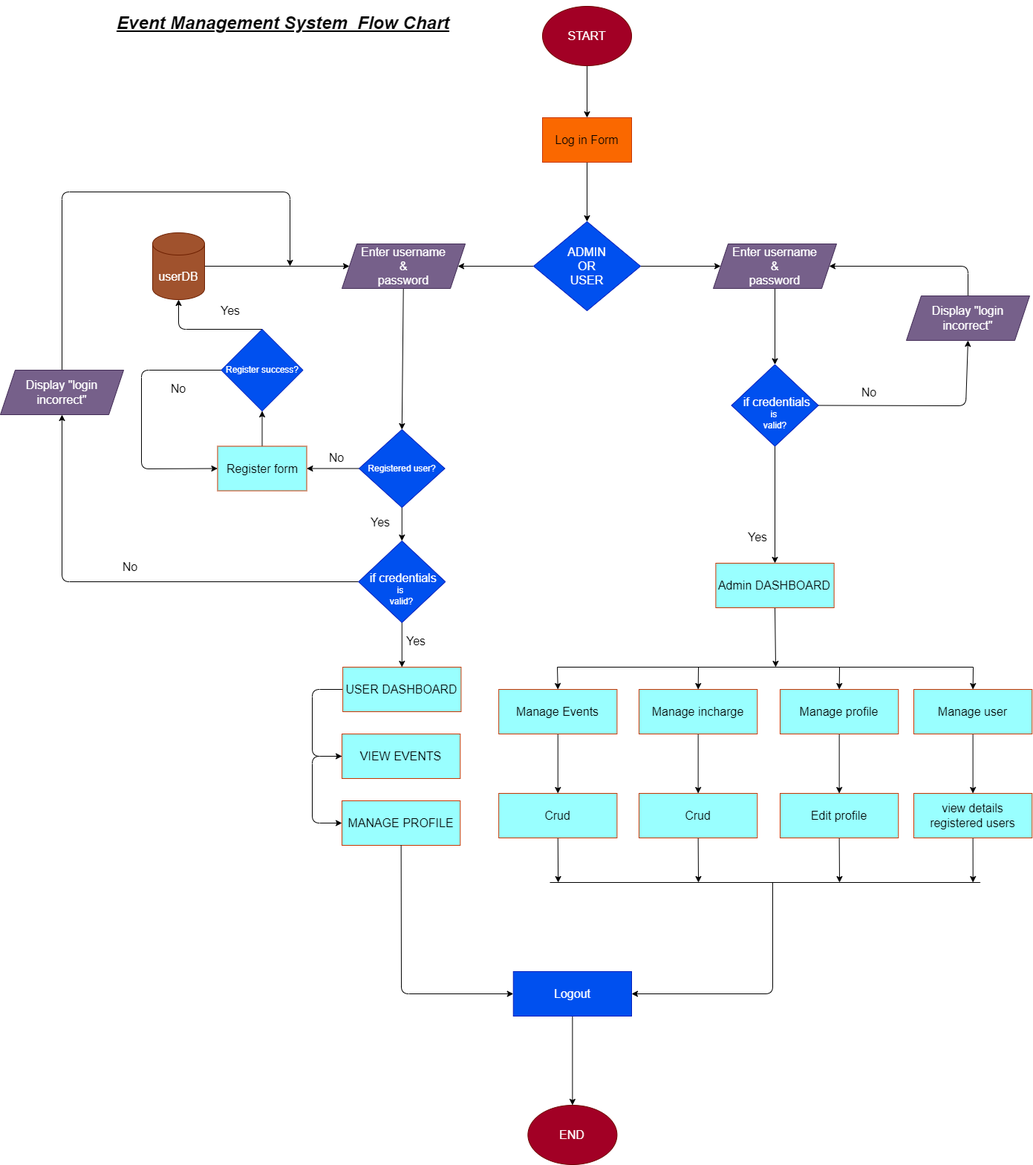
Before: evms.png, a diagram exported from draw.io (Markeyoo05/flowchart). Source tidied: cells renumbered, new cells last; positions are measured from the earlier drawing's top-left corner, leaving out a move shared by most shapes.
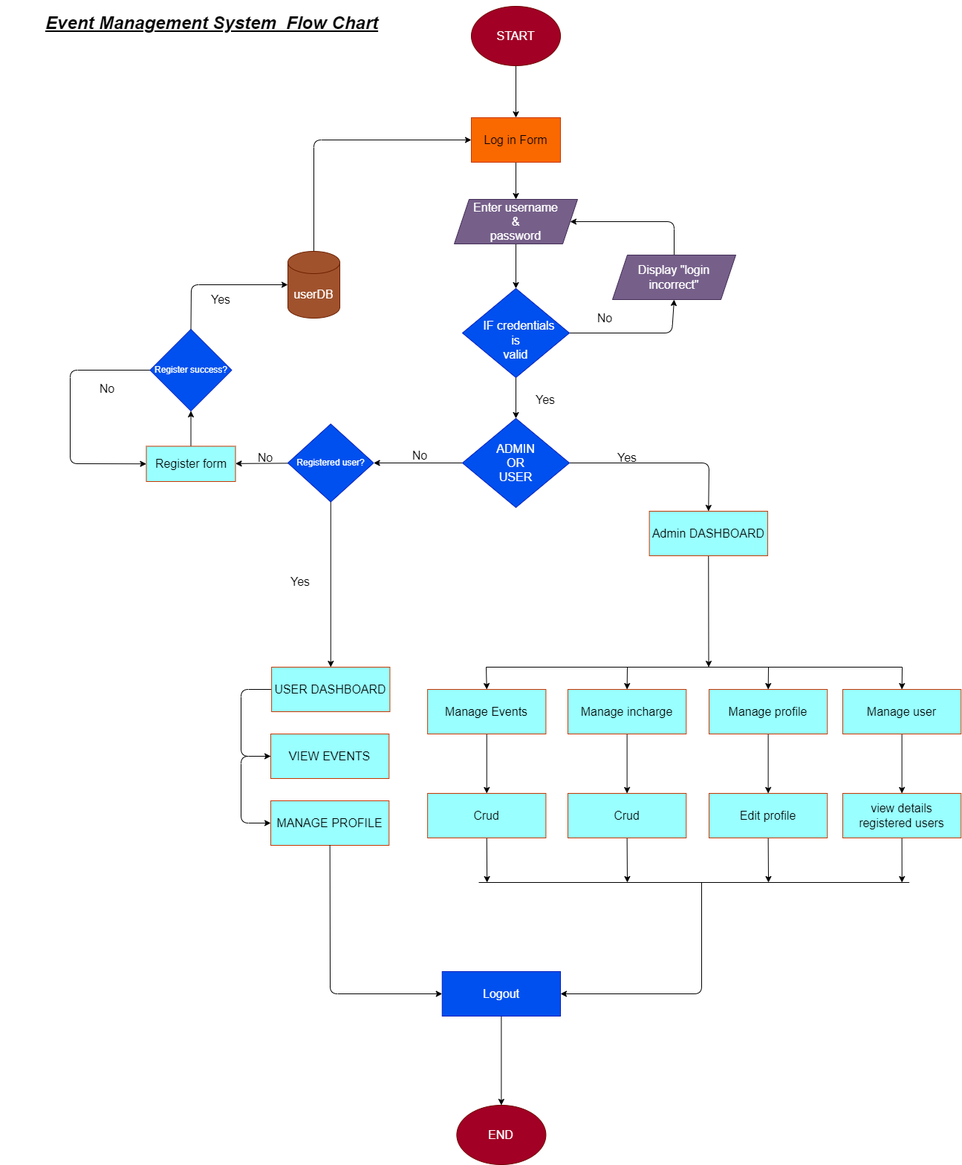
After the commit.

Change to the diagram source:
```diff
@@ -8,7 +8,7 @@
     <mxCell id="3" value="&lt;font style=&quot;font-size: 16px;&quot;&gt;START&lt;/font&gt;" style="ellipse;whiteSpace=wrap;html=1;fillColor=#a20025;fontColor=#ffffff;strokeColor=#6F0000;" parent="1" vertex="1">
       <mxGeometry x="730" width="120" height="80" as="geometry" />
     </mxCell>
-    <mxCell id="4" style="edgeStyle=none;html=1;" parent="1" edge="1" source="5" target="9">
+    <mxCell id="4" style="edgeStyle=none;html=1;entryX=0.5;entryY=0;entryDx=0;entryDy=0;" parent="1" edge="1" source="5" target="11">
       <mxGeometry relative="1" as="geometry" />
     </mxCell>
     <mxCell id="5" value="&lt;font style=&quot;font-size: 16px;&quot;&gt;Log in Form&lt;/font&gt;" style="whiteSpace=wrap;html=1;fillColor=#fa6800;strokeColor=#C73500;fontColor=#000000;" parent="1" vertex="1">
@@ -17,83 +17,49 @@
     <mxCell id="6" value="&lt;h1&gt;&lt;b&gt;&lt;i&gt;&lt;u&gt;Event Management System&amp;nbsp; Flow Chart&lt;/u&gt;&lt;/i&gt;&lt;/b&gt;&lt;/h1&gt;&lt;h1&gt;&lt;br&gt;&lt;/h1&gt;" style="text;html=1;strokeColor=none;fillColor=none;align=center;verticalAlign=middle;whiteSpace=wrap;rounded=0;" parent="1" vertex="1">
       <mxGeometry x="96" y="30" width="570" height="30" as="geometry" />
     </mxCell>
-    <mxCell id="7" style="edgeStyle=none;html=1;" parent="1" edge="1" source="9" target="11">
-      <mxGeometry relative="1" as="geometry" />
+    <mxCell id="7" style="edgeStyle=none;html=1;entryX=0.5;entryY=1;entryDx=0;entryDy=0;" parent="1" edge="1" source="9" target="84">
+      <mxGeometry relative="1" as="geometry">
+        <Array as="points">
+          <mxPoint x="1000" y="440" />
+        </Array>
+      </mxGeometry>
     </mxCell>
-    <mxCell id="8" style="edgeStyle=none;html=1;exitX=0;exitY=0.5;exitDx=0;exitDy=0;entryX=1;entryY=0.5;entryDx=0;entryDy=0;fontSize=16;" parent="1" edge="1" source="9" target="20">
-      <mxGeometry relative="1" as="geometry" />
-    </mxCell>
+    <mxCell id="76" style="edgeStyle=none;html=1;exitX=0.5;exitY=1;exitDx=0;exitDy=0;entryX=0.5;entryY=0;entryDx=0;entryDy=0;" parent="1" edge="1" source="9" target="82">
+      <mxGeometry relative="1" as="geometry" />
+    </mxCell>
-    <mxCell id="9" value="&lt;span style=&quot;font-size: 16px;&quot;&gt;ADMIN&lt;br&gt;&amp;nbsp;OR&amp;nbsp;&lt;br&gt;USER&lt;br&gt;&lt;/span&gt;" style="rhombus;whiteSpace=wrap;html=1;fillColor=#0050ef;strokeColor=#001DBC;fontColor=#ffffff;" parent="1" vertex="1">
-      <mxGeometry x="718" y="290" width="144" height="120" as="geometry" />
+    <mxCell id="9" value="&lt;span style=&quot;font-size: 16px;&quot;&gt;&amp;nbsp;&lt;br&gt;&amp;nbsp; IF credentials&lt;br&gt;is&lt;br&gt;valid&lt;br&gt;&lt;/span&gt;" style="rhombus;whiteSpace=wrap;html=1;fillColor=#0050ef;strokeColor=#001DBC;fontColor=#ffffff;" parent="1" vertex="1">
+      <mxGeometry x="718" y="380" width="144" height="120" as="geometry" />
     </mxCell>
-    <mxCell id="10" style="edgeStyle=none;html=1;entryX=0.5;entryY=0;entryDx=0;entryDy=0;" parent="1" edge="1" source="11" target="14">
-      <mxGeometry relative="1" as="geometry" />
-    </mxCell>
-    <mxCell id="11" value="&lt;font style=&quot;font-size: 16px;&quot;&gt;Enter username&lt;br&gt;&amp;amp;&lt;br&gt;password&lt;br&gt;&lt;/font&gt;" style="shape=parallelogram;perimeter=parallelogramPerimeter;whiteSpace=wrap;html=1;fixedSize=1;fillColor=#76608a;strokeColor=#432D57;fontColor=#ffffff;" parent="1" vertex="1">
-      <mxGeometry x="960" y="320" width="166" height="60" as="geometry" />
-    </mxCell>
-    <mxCell id="12" style="edgeStyle=none;html=1;exitX=1;exitY=0.5;exitDx=0;exitDy=0;entryX=0.5;entryY=1;entryDx=0;entryDy=0;" parent="1" edge="1" source="14" target="16">
-      <mxGeometry relative="1" as="geometry">
-        <Array as="points">
-          <mxPoint x="1300" y="538" />
-        </Array>
-      </mxGeometry>
-    </mxCell>
-    <mxCell id="13" style="edgeStyle=none;html=1;entryX=0.5;entryY=0;entryDx=0;entryDy=0;" parent="1" edge="1" source="14" target="45">
-      <mxGeometry relative="1" as="geometry" />
-    </mxCell>
-    <mxCell id="14" value="&lt;span style=&quot;font-size: 16px;&quot;&gt;&lt;br&gt;&amp;nbsp; if credentials&amp;nbsp;&lt;br&gt;&lt;/span&gt;is&amp;nbsp;&lt;br&gt;valid?" style="rhombus;whiteSpace=wrap;html=1;fillColor=#0050ef;strokeColor=#001DBC;fontColor=#ffffff;" parent="1" vertex="1">
-      <mxGeometry x="984.5" y="482.5" width="117" height="110" as="geometry" />
-    </mxCell>
-    <mxCell id="15" style="edgeStyle=none;html=1;exitX=0.5;exitY=0;exitDx=0;exitDy=0;entryX=1;entryY=0.5;entryDx=0;entryDy=0;" parent="1" edge="1" source="16" target="11">
-      <mxGeometry relative="1" as="geometry">
-        <Array as="points">
-          <mxPoint x="1303" y="350" />
-        </Array>
-      </mxGeometry>
-    </mxCell>
-    <mxCell id="16" value="&lt;font style=&quot;font-size: 16px;&quot;&gt;Display &quot;login incorrect&quot;&lt;/font&gt;" style="shape=parallelogram;perimeter=parallelogramPerimeter;whiteSpace=wrap;html=1;fixedSize=1;fillColor=#76608a;strokeColor=#432D57;fontColor=#ffffff;" parent="1" vertex="1">
-      <mxGeometry x="1220" y="390" width="166" height="60" as="geometry" />
-    </mxCell>
-    <mxCell id="17" value="&lt;font style=&quot;font-size: 16px;&quot;&gt;No&lt;/font&gt;" style="text;html=1;strokeColor=none;fillColor=none;align=center;verticalAlign=middle;whiteSpace=wrap;rounded=0;" parent="1" vertex="1">
-      <mxGeometry x="1140" y="505" width="60" height="30" as="geometry" />
-    </mxCell>
     <mxCell id="18" value="&lt;font style=&quot;font-size: 16px;&quot;&gt;Yes&lt;/font&gt;" style="text;html=1;strokeColor=none;fillColor=none;align=center;verticalAlign=middle;whiteSpace=wrap;rounded=0;" parent="1" vertex="1">
-      <mxGeometry x="990" y="700" width="60" height="30" as="geometry" />
+      <mxGeometry x="909.6" y="592.5" width="60" height="30" as="geometry" />
     </mxCell>
-    <mxCell id="19" style="edgeStyle=none;html=1;fontSize=16;entryX=0.5;entryY=0;entryDx=0;entryDy=0;" parent="1" edge="1" source="20" target="23">
-      <mxGeometry relative="1" as="geometry" />
-    </mxCell>
-    <mxCell id="20" value="&lt;span style=&quot;font-size: 16px;&quot;&gt;Enter username&lt;/span&gt;&lt;br style=&quot;font-size: 16px;&quot;&gt;&lt;span style=&quot;font-size: 16px;&quot;&gt;&amp;amp;&lt;/span&gt;&lt;br style=&quot;font-size: 16px;&quot;&gt;&lt;span style=&quot;font-size: 16px;&quot;&gt;password&lt;/span&gt;" style="shape=parallelogram;perimeter=parallelogramPerimeter;whiteSpace=wrap;html=1;fixedSize=1;fillColor=#76608a;strokeColor=#432D57;fontColor=#ffffff;" parent="1" vertex="1">
-      <mxGeometry x="460" y="320" width="166" height="60" as="geometry" />
-    </mxCell>
     <mxCell id="21" style="edgeStyle=none;html=1;fontSize=16;" parent="1" edge="1" source="23" target="25">
       <mxGeometry relative="1" as="geometry" />
     </mxCell>
-    <mxCell id="22" style="edgeStyle=none;html=1;exitX=0.5;exitY=1;exitDx=0;exitDy=0;entryX=0.5;entryY=0;entryDx=0;entryDy=0;fontSize=16;" parent="1" edge="1" source="23" target="36">
+    <mxCell id="22" style="edgeStyle=none;html=1;exitX=0.5;exitY=1;exitDx=0;exitDy=0;entryX=0.5;entryY=0;entryDx=0;entryDy=0;fontSize=16;" parent="1" edge="1" source="23" target="43">
       <mxGeometry relative="1" as="geometry" />
     </mxCell>
     <mxCell id="23" value="Registered user?" style="rhombus;whiteSpace=wrap;html=1;fillColor=#0050ef;strokeColor=#001DBC;fontColor=#ffffff;" parent="1" vertex="1">
-      <mxGeometry x="483" y="570" width="115.5" height="105" as="geometry" />
+      <mxGeometry x="483" y="562.5" width="115.5" height="105" as="geometry" />
     </mxCell>
     <mxCell id="24" style="edgeStyle=none;html=1;fontSize=16;" parent="1" edge="1" source="25" target="28">
       <mxGeometry relative="1" as="geometry" />
     </mxCell>
     <mxCell id="25" value="&lt;font style=&quot;font-size: 16px;&quot;&gt;Register form&lt;/font&gt;" style="whiteSpace=wrap;html=1;fillColor=#99FFFF;strokeColor=#C73500;fontColor=#000000;" parent="1" vertex="1">
-      <mxGeometry x="292.5" y="592.5" width="120" height="60" as="geometry" />
+      <mxGeometry x="292.5" y="592.5" width="120" height="47.5" as="geometry" />
     </mxCell>
     <mxCell id="26" style="edgeStyle=none;html=1;exitX=0;exitY=0.5;exitDx=0;exitDy=0;entryX=0;entryY=0.5;entryDx=0;entryDy=0;fontSize=16;" parent="1" edge="1" source="28" target="25">
       <mxGeometry relative="1" as="geometry">
         <Array as="points">
           <mxPoint x="190" y="490" />
-          <mxPoint x="190" y="623" />
+          <mxPoint x="190" y="616" />
         </Array>
       </mxGeometry>
     </mxCell>
-    <mxCell id="27" style="edgeStyle=none;html=1;exitX=0.5;exitY=0;exitDx=0;exitDy=0;entryX=0.5;entryY=1;entryDx=0;entryDy=0;entryPerimeter=0;fontSize=16;" parent="1" edge="1" source="28" target="31">
+    <mxCell id="27" style="edgeStyle=none;html=1;exitX=0.5;exitY=0;exitDx=0;exitDy=0;entryX=0;entryY=0.5;entryDx=0;entryDy=0;entryPerimeter=0;" parent="1" edge="1" source="28" target="31">
       <mxGeometry relative="1" as="geometry">
         <Array as="points">
-          <mxPoint x="240" y="435" />
+          <mxPoint x="353" y="375" />
         </Array>
       </mxGeometry>
     </mxCell>
@@ -103,52 +69,25 @@
     <mxCell id="29" value="&lt;font style=&quot;font-size: 16px;&quot;&gt;No&lt;/font&gt;" style="text;html=1;strokeColor=none;fillColor=none;align=center;verticalAlign=middle;whiteSpace=wrap;rounded=0;" parent="1" vertex="1">
       <mxGeometry x="210" y="500" width="60" height="30" as="geometry" />
     </mxCell>
-    <mxCell id="30" style="edgeStyle=none;html=1;exitX=1;exitY=0.5;exitDx=0;exitDy=0;exitPerimeter=0;entryX=0;entryY=0.5;entryDx=0;entryDy=0;fontSize=16;" parent="1" edge="1" source="31" target="20">
-      <mxGeometry relative="1" as="geometry" />
-    </mxCell>
+    <mxCell id="77" style="edgeStyle=none;html=1;exitX=0.5;exitY=0;exitDx=0;exitDy=0;exitPerimeter=0;entryX=0;entryY=0.5;entryDx=0;entryDy=0;" parent="1" edge="1" source="31" target="5">
+      <mxGeometry relative="1" as="geometry">
+        <Array as="points">
+          <mxPoint x="518" y="180" />
+        </Array>
+      </mxGeometry>
+    </mxCell>
     <mxCell id="31" value="userDB" style="shape=cylinder3;whiteSpace=wrap;html=1;boundedLbl=1;backgroundOutline=1;size=15;fontSize=16;fillColor=#a0522d;strokeColor=#6D1F00;fontColor=#ffffff;" parent="1" vertex="1">
-      <mxGeometry x="205" y="305" width="70" height="90" as="geometry" />
+      <mxGeometry x="483" y="330" width="70" height="90" as="geometry" />
     </mxCell>
     <mxCell id="32" value="&lt;font style=&quot;font-size: 16px;&quot;&gt;No&lt;/font&gt;" style="text;html=1;strokeColor=none;fillColor=none;align=center;verticalAlign=middle;whiteSpace=wrap;rounded=0;" parent="1" vertex="1">
       <mxGeometry x="423" y="592.5" width="60" height="30" as="geometry" />
     </mxCell>
     <mxCell id="33" value="&lt;font style=&quot;font-size: 16px;&quot;&gt;Yes&lt;/font&gt;" style="text;html=1;strokeColor=none;fillColor=none;align=center;verticalAlign=middle;whiteSpace=wrap;rounded=0;" parent="1" vertex="1">
-      <mxGeometry x="280" y="395" width="60" height="30" as="geometry" />
+      <mxGeometry x="363" y="380" width="60" height="30" as="geometry" />
     </mxCell>
-    <mxCell id="34" style="edgeStyle=none;html=1;exitX=0;exitY=0.5;exitDx=0;exitDy=0;fontSize=16;entryX=0.5;entryY=1;entryDx=0;entryDy=0;" parent="1" edge="1" source="36" target="38">
-      <mxGeometry relative="1" as="geometry">
-        <Array as="points">
-          <mxPoint x="83" y="775" />
-        </Array>
-      </mxGeometry>
-    </mxCell>
-    <mxCell id="35" style="edgeStyle=none;html=1;exitX=0.5;exitY=1;exitDx=0;exitDy=0;entryX=0.5;entryY=0;entryDx=0;entryDy=0;fontSize=16;" parent="1" edge="1" source="36" target="43">
-      <mxGeometry relative="1" as="geometry" />
-    </mxCell>
-    <mxCell id="36" value="&lt;span style=&quot;font-size: 16px;&quot;&gt;&lt;br&gt;&amp;nbsp; if credentials&amp;nbsp;&lt;br&gt;&lt;/span&gt;is&amp;nbsp;&lt;br&gt;valid?" style="rhombus;whiteSpace=wrap;html=1;fillColor=#0050ef;strokeColor=#001DBC;fontColor=#ffffff;" parent="1" vertex="1">
-      <mxGeometry x="482.2" y="720" width="117" height="110" as="geometry" />
-    </mxCell>
-    <mxCell id="37" style="edgeStyle=none;html=1;exitX=0.5;exitY=0;exitDx=0;exitDy=0;fontSize=16;" parent="1" edge="1" source="38">
-      <mxGeometry relative="1" as="geometry">
-        <mxPoint x="390" y="350" as="targetPoint" />
-        <Array as="points">
-          <mxPoint x="83" y="250" />
-          <mxPoint x="390" y="250" />
-        </Array>
-      </mxGeometry>
-    </mxCell>
-    <mxCell id="38" value="&lt;font style=&quot;font-size: 16px;&quot;&gt;Display &quot;login incorrect&quot;&lt;/font&gt;" style="shape=parallelogram;perimeter=parallelogramPerimeter;whiteSpace=wrap;html=1;fixedSize=1;fillColor=#76608a;strokeColor=#432D57;fontColor=#ffffff;" parent="1" vertex="1">
-      <mxGeometry y="490" width="166" height="60" as="geometry" />
-    </mxCell>
     <mxCell id="39" value="&lt;font style=&quot;font-size: 16px;&quot;&gt;Yes&lt;/font&gt;" style="text;html=1;strokeColor=none;fillColor=none;align=center;verticalAlign=middle;whiteSpace=wrap;rounded=0;" parent="1" vertex="1">
-      <mxGeometry x="482.2" y="680" width="60" height="30" as="geometry" />
+      <mxGeometry x="470" y="760" width="60" height="30" as="geometry" />
     </mxCell>
-    <mxCell id="40" value="&lt;font style=&quot;font-size: 16px;&quot;&gt;Yes&lt;/font&gt;" style="text;html=1;strokeColor=none;fillColor=none;align=center;verticalAlign=middle;whiteSpace=wrap;rounded=0;" parent="1" vertex="1">
-      <mxGeometry x="530" y="840" width="60" height="30" as="geometry" />
-    </mxCell>
-    <mxCell id="41" value="&lt;font style=&quot;font-size: 16px;&quot;&gt;No&lt;/font&gt;" style="text;html=1;strokeColor=none;fillColor=none;align=center;verticalAlign=middle;whiteSpace=wrap;rounded=0;" parent="1" vertex="1">
-      <mxGeometry x="145" y="740" width="60" height="30" as="geometry" />
-    </mxCell>
     <mxCell id="42" style="edgeStyle=none;html=1;exitX=0;exitY=0.5;exitDx=0;exitDy=0;entryX=0;entryY=0.5;entryDx=0;entryDy=0;fontSize=16;" parent="1" edge="1" source="43" target="53">
       <mxGeometry relative="1" as="geometry">
         <Array as="points">
@@ -160,13 +99,13 @@
     <mxCell id="43" value="&lt;font style=&quot;font-size: 16px;&quot;&gt;USER DASHBOARD&lt;/font&gt;" style="whiteSpace=wrap;html=1;fillColor=#99FFFF;strokeColor=#C73500;fontColor=#000000;" parent="1" vertex="1">
       <mxGeometry x="461.1" y="890" width="159.2" height="60" as="geometry" />
     </mxCell>
-    <mxCell id="44" style="edgeStyle=none;html=1;exitX=0.5;exitY=1;exitDx=0;exitDy=0;" parent="1" edge="1" source="45">
-      <mxGeometry relative="1" as="geometry">
-        <mxPoint x="1044" y="890" as="targetPoint" />
-      </mxGeometry>
-    </mxCell>
+    <mxCell id="78" style="edgeStyle=none;html=1;exitX=0.5;exitY=1;exitDx=0;exitDy=0;" parent="1" edge="1" source="45">
+      <mxGeometry relative="1" as="geometry">
+        <mxPoint x="1049.5" y="890" as="targetPoint" />
+      </mxGeometry>
+    </mxCell>
     <mxCell id="45" value="&lt;font style=&quot;font-size: 16px;&quot;&gt;Admin DASHBOARD&lt;/font&gt;" style="whiteSpace=wrap;html=1;fillColor=#99FFFF;strokeColor=#C73500;fontColor=#000000;" parent="1" vertex="1">
-      <mxGeometry x="963.4" y="750" width="159.2" height="60" as="geometry" />
+      <mxGeometry x="969.6" y="680" width="159.2" height="60" as="geometry" />
     </mxCell>
     <mxCell id="46" style="edgeStyle=none;html=1;" parent="1" edge="1" source="47" target="64">
       <mxGeometry relative="1" as="geometry" />
@@ -294,5 +233,43 @@
     <mxCell id="75" value="&lt;span style=&quot;font-size: 16px;&quot;&gt;Crud&lt;/span&gt;" style="whiteSpace=wrap;html=1;fillColor=#99FFFF;strokeColor=#C73500;fontColor=#000000;" parent="1" vertex="1">
       <mxGeometry x="860" y="1060" width="159.2" height="60" as="geometry" />
     </mxCell>
+    <mxCell id="79" style="edgeStyle=none;html=1;exitX=0.5;exitY=1;exitDx=0;exitDy=0;entryX=0.5;entryY=0;entryDx=0;entryDy=0;" parent="1" edge="1" source="11" target="9">
+      <mxGeometry relative="1" as="geometry" />
+    </mxCell>
+    <mxCell id="11" value="&lt;font style=&quot;font-size: 16px;&quot;&gt;Enter username&lt;br&gt;&amp;amp;&lt;br&gt;password&lt;br&gt;&lt;/font&gt;" style="shape=parallelogram;perimeter=parallelogramPerimeter;whiteSpace=wrap;html=1;fixedSize=1;fillColor=#76608a;strokeColor=#432D57;fontColor=#ffffff;" parent="1" vertex="1">
+      <mxGeometry x="707" y="260" width="166" height="60" as="geometry" />
+    </mxCell>
+    <mxCell id="80" style="edgeStyle=none;html=1;exitX=1;exitY=0.5;exitDx=0;exitDy=0;entryX=0.5;entryY=0;entryDx=0;entryDy=0;" parent="1" edge="1" source="82" target="45">
+      <mxGeometry relative="1" as="geometry">
+        <Array as="points">
+          <mxPoint x="1050" y="615" />
+        </Array>
+      </mxGeometry>
+    </mxCell>
+    <mxCell id="81" style="edgeStyle=none;html=1;exitX=0;exitY=0.5;exitDx=0;exitDy=0;entryX=1;entryY=0.5;entryDx=0;entryDy=0;" parent="1" edge="1" source="82" target="23">
+      <mxGeometry relative="1" as="geometry" />
+    </mxCell>
+    <mxCell id="82" value="&lt;span style=&quot;font-size: 16px;&quot;&gt;ADMIN&lt;br&gt;&amp;nbsp;OR&amp;nbsp;&lt;br&gt;USER&lt;br&gt;&lt;/span&gt;" style="rhombus;whiteSpace=wrap;html=1;fillColor=#0050ef;strokeColor=#001DBC;fontColor=#ffffff;" parent="1" vertex="1">
+      <mxGeometry x="718" y="555" width="144" height="120" as="geometry" />
+    </mxCell>
+    <mxCell id="83" style="edgeStyle=none;html=1;exitX=0.5;exitY=0;exitDx=0;exitDy=0;entryX=1;entryY=0.5;entryDx=0;entryDy=0;" parent="1" edge="1" source="84" target="11">
+      <mxGeometry relative="1" as="geometry">
+        <Array as="points">
+          <mxPoint x="1003" y="290" />
+        </Array>
+      </mxGeometry>
+    </mxCell>
+    <mxCell id="84" value="&lt;font style=&quot;font-size: 16px;&quot;&gt;Display &quot;login incorrect&quot;&lt;/font&gt;" style="shape=parallelogram;perimeter=parallelogramPerimeter;whiteSpace=wrap;html=1;fixedSize=1;fillColor=#76608a;strokeColor=#432D57;fontColor=#ffffff;" parent="1" vertex="1">
+      <mxGeometry x="920" y="335" width="166" height="60" as="geometry" />
+    </mxCell>
+    <mxCell id="85" value="&lt;font style=&quot;font-size: 16px;&quot;&gt;No&lt;/font&gt;" style="text;html=1;strokeColor=none;fillColor=none;align=center;verticalAlign=middle;whiteSpace=wrap;rounded=0;" parent="1" vertex="1">
+      <mxGeometry x="880" y="405" width="60" height="30" as="geometry" />
+    </mxCell>
+    <mxCell id="40" value="&lt;font style=&quot;font-size: 16px;&quot;&gt;Yes&lt;/font&gt;" style="text;html=1;strokeColor=none;fillColor=none;align=center;verticalAlign=middle;whiteSpace=wrap;rounded=0;" parent="1" vertex="1">
+      <mxGeometry x="800" y="515" width="60" height="30" as="geometry" />
+    </mxCell>
+    <mxCell id="86" value="&lt;font style=&quot;font-size: 16px;&quot;&gt;No&lt;/font&gt;" style="text;html=1;strokeColor=none;fillColor=none;align=center;verticalAlign=middle;whiteSpace=wrap;rounded=0;" parent="1" vertex="1">
+      <mxGeometry x="630.8" y="590" width="60" height="30" as="geometry" />
+    </mxCell>
   </root>
 </mxGraphModel>
```
